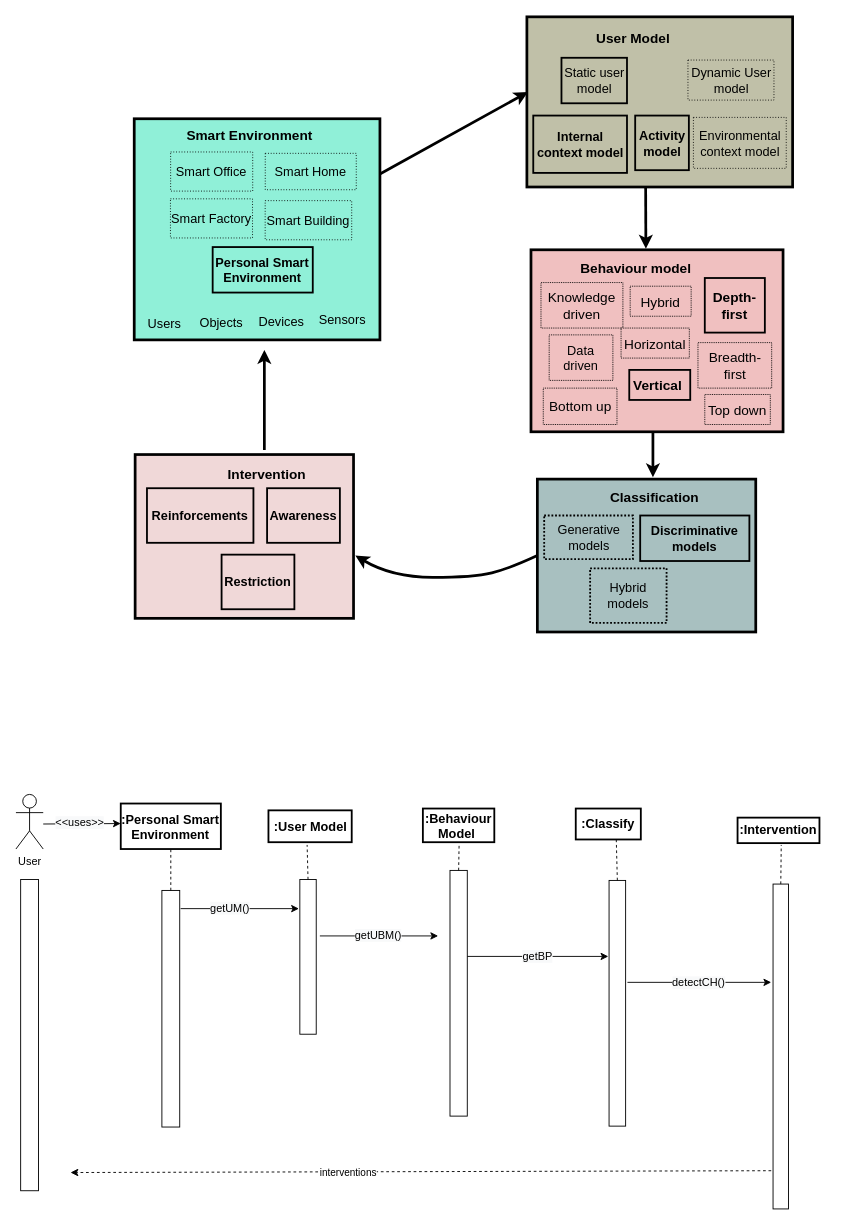
This is interaction.drawio from oluwande/zmPDSwR, a draw.io file, before an edit. Source tidied: cells renumbered, new cells numbered last; positions are measured from the earlier drawing's top-left corner, leaving out a move shared by most shapes. Both pictures are drawn from the tidied source at 91%, with x=0, y=0 at pixel (15, 16).
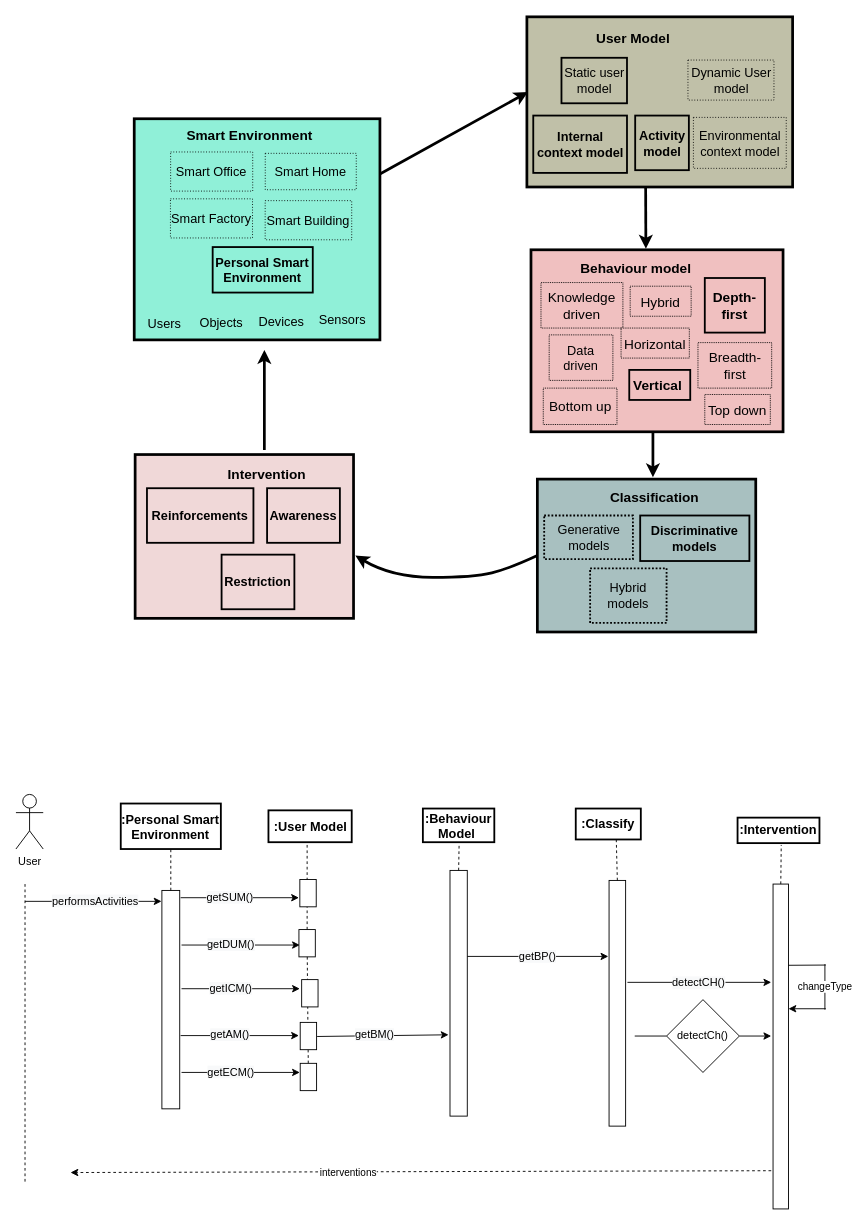
Above is the later version.

Unchanged cells that the change refers to:
```xml
<mxCell id="57" style="rounded=0;whiteSpace=wrap;html=1;" parent="1" vertex="1">
  <mxGeometry x="477" y="938" width="19" height="270" as="geometry" />
</mxCell>
<mxCell id="63" style="endArrow=classic;html=1;rounded=0;" parent="1" edge="1">
  <mxGeometry relative="1" as="geometry">
    <mxPoint x="496" y="1032.5" as="sourcePoint" />
    <mxPoint x="651" y="1032.5" as="targetPoint" />
  </mxGeometry>
</mxCell>
<mxCell id="67" style="rounded=0;whiteSpace=wrap;html=1;" parent="1" vertex="1">
  <mxGeometry x="832" y="953" width="17" height="357" as="geometry" />
</mxCell>
```

Change to the diagram source:
```diff
@@
     <mxCell id="53" style="rounded=0;whiteSpace=wrap;html=1;" parent="1" vertex="1">
-      <mxGeometry x="160.4" y="960" width="19.6" height="260" as="geometry" />
+      <mxGeometry x="160.4" y="960" width="19.6" height="240" as="geometry" />
     </mxCell>
@@
+    <mxCell id="56" style="endArrow=none;html=1;rounded=0;dashed=1;startArrow=none;" parent="1" edge="1" source="89">
+      <mxGeometry relative="1" as="geometry">
+        <mxPoint x="320" y="910" as="targetPoint" />
+      </mxGeometry>
+    </mxCell>
     <mxCell id="55" style="rounded=0;whiteSpace=wrap;html=1;" parent="1" vertex="1">
-      <mxGeometry x="312" y="948" width="18" height="170" as="geometry" />
+      <mxGeometry x="312" y="948" width="18" height="30" as="geometry" />
     </mxCell>
-    <mxCell id="56" style="endArrow=none;html=1;rounded=0;exitX=0.5;exitY=0;exitDx=0;exitDy=0;dashed=1;" parent="1" edge="1" source="55">
-      <mxGeometry relative="1" as="geometry">
-        <mxPoint x="320" y="910" as="targetPoint" />
-      </mxGeometry>
-    </mxCell>
@@
     <mxCell id="59" style="endArrow=classic;html=1;rounded=0;" parent="1" edge="1">
       <mxGeometry relative="1" as="geometry">
-        <mxPoint x="181" y="980" as="sourcePoint" />
-        <mxPoint x="311" y="980" as="targetPoint" />
+        <mxPoint x="181" y="968" as="sourcePoint" />
+        <mxPoint x="311" y="968" as="targetPoint" />
       </mxGeometry>
     </mxCell>
-    <mxCell id="60" value="&lt;span style=&quot;font-size: 12px; background-color: rgb(248, 249, 250);&quot;&gt;getUM()&lt;/span&gt;" style="edgeLabel;html=1;align=center;verticalAlign=middle;" parent="59" vertex="1">
+    <mxCell id="60" value="&lt;span style=&quot;font-size: 12px; background-color: rgb(248, 249, 250);&quot;&gt;getSUM()&lt;/span&gt;" style="edgeLabel;html=1;align=center;verticalAlign=middle;" parent="59" vertex="1">
       <mxGeometry x="0.13" y="-1" relative="1" as="geometry">
         <mxPoint x="-20" y="-2" as="offset" />
       </mxGeometry>
     </mxCell>
@@
-    <mxCell id="64" value="&lt;span style=&quot;font-size: 12px; background-color: rgb(248, 249, 250);&quot;&gt;getBP&lt;/span&gt;" style="edgeLabel;html=1;align=center;verticalAlign=middle;" parent="63" vertex="1">
+    <mxCell id="64" value="&lt;span style=&quot;font-size: 12px; background-color: rgb(248, 249, 250);&quot;&gt;getBP()&lt;/span&gt;" style="edgeLabel;html=1;align=center;verticalAlign=middle;" parent="63" vertex="1">
       <mxGeometry x="0.13" y="-1" relative="1" as="geometry">
         <mxPoint x="-12" y="-1" as="offset" />
       </mxGeometry>
     </mxCell>
@@
-    <mxCell id="71" style="endArrow=classic;html=1;rounded=0;" parent="1" edge="1">
-      <mxGeometry relative="1" as="geometry">
-        <mxPoint x="334" y="1010" as="sourcePoint" />
-        <mxPoint x="464" y="1010" as="targetPoint" />
-      </mxGeometry>
-    </mxCell>
-    <mxCell id="72" value="&lt;span style=&quot;font-size: 12px; background-color: rgb(248, 249, 250);&quot;&gt;getUBM()&lt;/span&gt;" style="edgeLabel;html=1;align=center;verticalAlign=middle;" parent="71" vertex="1">
-      <mxGeometry x="0.13" y="-1" relative="1" as="geometry">
-        <mxPoint x="-10" y="-2" as="offset" />
-      </mxGeometry>
-    </mxCell>
     <mxCell id="73" style="endArrow=classic;html=1;rounded=0;" parent="1" edge="1">
       <mxGeometry relative="1" as="geometry">
-        <mxPoint x="30" y="887" as="sourcePoint" />
-        <mxPoint x="115.2" y="886.5" as="targetPoint" />
+        <mxPoint x="10" y="972" as="sourcePoint" />
+        <mxPoint x="160" y="972" as="targetPoint" />
       </mxGeometry>
     </mxCell>
-    <mxCell id="74" value="&lt;span style=&quot;font-size: 12px; background-color: rgb(248, 249, 250);&quot;&gt;&amp;lt;&amp;lt;uses&amp;gt;&amp;gt;&lt;/span&gt;" style="edgeLabel;html=1;align=center;verticalAlign=middle;" parent="73" vertex="1">
+    <mxCell id="74" value="&lt;span style=&quot;font-size: 12px; background-color: rgb(248, 249, 250);&quot;&gt;performsActivities&lt;/span&gt;" style="edgeLabel;html=1;align=center;verticalAlign=middle;" parent="73" vertex="1">
       <mxGeometry x="0.13" y="-1" relative="1" as="geometry">
         <mxPoint x="-9" y="-2" as="offset" />
       </mxGeometry>
     </mxCell>
-    <mxCell id="75" style="rounded=0;whiteSpace=wrap;html=1;" parent="1" vertex="1">
-      <mxGeometry x="5.2" y="948" width="19.6" height="342" as="geometry" />
-    </mxCell>
+    <mxCell id="76" value="detectCh()" style="rhombus;whiteSpace=wrap;html=1;" parent="1" vertex="1">
+      <mxGeometry x="715" y="1080" width="80" height="80" as="geometry" />
+    </mxCell>
+    <mxCell id="77" style="endArrow=none;html=1;rounded=0;" parent="1" edge="1">
+      <mxGeometry relative="1" as="geometry">
+        <mxPoint x="680" y="1120" as="sourcePoint" />
+        <mxPoint x="715" y="1120" as="targetPoint" />
+      </mxGeometry>
+    </mxCell>
+    <mxCell id="78" style="endArrow=classic;html=1;rounded=0;exitX=1;exitY=0.5;exitDx=0;exitDy=0;" parent="1" edge="1" source="76">
+      <mxGeometry relative="1" as="geometry">
+        <mxPoint x="830" y="1120" as="targetPoint" />
+      </mxGeometry>
+    </mxCell>
+    <mxCell id="79" style="endArrow=none;html=1;rounded=0;exitX=1;exitY=0.25;exitDx=0;exitDy=0;" parent="1" edge="1" source="67">
+      <mxGeometry relative="1" as="geometry">
+        <mxPoint x="890" y="1042" as="targetPoint" />
+      </mxGeometry>
+    </mxCell>
+    <mxCell id="80" value="changeType" style="endArrow=none;html=1;rounded=0;" parent="1" edge="1">
+      <mxGeometry relative="1" as="geometry">
+        <mxPoint x="889" y="1041" as="sourcePoint" />
+        <mxPoint x="889" y="1091" as="targetPoint" />
+      </mxGeometry>
+    </mxCell>
+    <mxCell id="81" style="endArrow=classic;html=1;rounded=0;" parent="1" edge="1">
+      <mxGeometry relative="1" as="geometry">
+        <mxPoint x="890" y="1090" as="sourcePoint" />
+        <mxPoint x="849" y="1090" as="targetPoint" />
+      </mxGeometry>
+    </mxCell>
+    <mxCell id="82" style="endArrow=none;html=1;rounded=0;dashed=1;" parent="1" edge="1">
+      <mxGeometry relative="1" as="geometry">
+        <mxPoint x="10" y="1280" as="sourcePoint" />
+        <mxPoint x="10" y="950" as="targetPoint" />
+      </mxGeometry>
+    </mxCell>
+    <mxCell id="83" style="endArrow=classic;html=1;rounded=0;" parent="1" edge="1">
+      <mxGeometry relative="1" as="geometry">
+        <mxPoint x="182" y="1020" as="sourcePoint" />
+        <mxPoint x="312" y="1020" as="targetPoint" />
+      </mxGeometry>
+    </mxCell>
+    <mxCell id="84" value="&lt;span style=&quot;font-size: 12px; background-color: rgb(248, 249, 250);&quot;&gt;getDUM()&lt;/span&gt;" style="edgeLabel;html=1;align=center;verticalAlign=middle;" parent="83" vertex="1">
+      <mxGeometry x="0.13" y="-1" relative="1" as="geometry">
+        <mxPoint x="-20" y="-2" as="offset" />
+      </mxGeometry>
+    </mxCell>
+    <mxCell id="85" style="endArrow=classic;html=1;rounded=0;" parent="1" edge="1">
+      <mxGeometry relative="1" as="geometry">
+        <mxPoint x="181" y="1119.5" as="sourcePoint" />
+        <mxPoint x="311" y="1119.5" as="targetPoint" />
+      </mxGeometry>
+    </mxCell>
+    <mxCell id="86" value="&lt;span style=&quot;font-size: 12px; background-color: rgb(248, 249, 250);&quot;&gt;getAM()&lt;/span&gt;" style="edgeLabel;html=1;align=center;verticalAlign=middle;" parent="85" vertex="1">
+      <mxGeometry x="0.13" y="-1" relative="1" as="geometry">
+        <mxPoint x="-20" y="-2" as="offset" />
+      </mxGeometry>
+    </mxCell>
+    <mxCell id="87" style="endArrow=classic;html=1;rounded=0;" parent="1" edge="1">
+      <mxGeometry relative="1" as="geometry">
+        <mxPoint x="182" y="1068" as="sourcePoint" />
+        <mxPoint x="312" y="1068" as="targetPoint" />
+      </mxGeometry>
+    </mxCell>
+    <mxCell id="88" value="&lt;span style=&quot;font-size: 12px; background-color: rgb(248, 249, 250);&quot;&gt;getICM()&lt;/span&gt;" style="edgeLabel;html=1;align=center;verticalAlign=middle;" parent="87" vertex="1">
+      <mxGeometry x="0.13" y="-1" relative="1" as="geometry">
+        <mxPoint x="-20" y="-2" as="offset" />
+      </mxGeometry>
+    </mxCell>
+    <mxCell id="89" style="rounded=0;whiteSpace=wrap;html=1;" parent="1" vertex="1">
+      <mxGeometry x="311" y="1003" width="18" height="30" as="geometry" />
+    </mxCell>
+    <mxCell id="90" style="endArrow=none;html=1;rounded=0;dashed=1;startArrow=none;" parent="1" edge="1" source="95" target="89">
+      <mxGeometry relative="1" as="geometry" />
+    </mxCell>
+    <mxCell id="91" style="rounded=0;whiteSpace=wrap;html=1;" parent="1" vertex="1">
+      <mxGeometry x="314" y="1058" width="18" height="30" as="geometry" />
+    </mxCell>
+    <mxCell id="92" style="endArrow=classic;html=1;rounded=0;" parent="1" edge="1">
+      <mxGeometry relative="1" as="geometry">
+        <mxPoint x="182" y="1160" as="sourcePoint" />
+        <mxPoint x="312" y="1160" as="targetPoint" />
+      </mxGeometry>
+    </mxCell>
+    <mxCell id="93" value="&lt;span style=&quot;font-size: 12px; background-color: rgb(248, 249, 250);&quot;&gt;getECM()&lt;/span&gt;" style="edgeLabel;html=1;align=center;verticalAlign=middle;" parent="92" vertex="1">
+      <mxGeometry x="0.13" y="-1" relative="1" as="geometry">
+        <mxPoint x="-20" y="-2" as="offset" />
+      </mxGeometry>
+    </mxCell>
+    <mxCell id="94" style="rounded=0;whiteSpace=wrap;html=1;" parent="1" vertex="1">
+      <mxGeometry x="312.4" y="1105" width="18" height="30" as="geometry" />
+    </mxCell>
+    <mxCell id="95" style="rounded=0;whiteSpace=wrap;html=1;" parent="1" vertex="1">
+      <mxGeometry x="312.4" y="1150" width="18" height="30" as="geometry" />
+    </mxCell>
+    <mxCell id="96" style="endArrow=none;html=1;rounded=0;dashed=1;" parent="1" edge="1" target="95">
+      <mxGeometry relative="1" as="geometry">
+        <mxPoint x="320" y="1180" as="sourcePoint" />
+      </mxGeometry>
+    </mxCell>
+    <mxCell id="97" style="endArrow=classic;html=1;rounded=0;entryX=-0.084;entryY=0.669;entryDx=0;entryDy=0;entryPerimeter=0;" parent="1" edge="1" target="57">
+      <mxGeometry relative="1" as="geometry">
+        <mxPoint x="331" y="1120.5" as="sourcePoint" />
+      </mxGeometry>
+    </mxCell>
+    <mxCell id="98" value="&lt;span style=&quot;font-size: 12px; background-color: rgb(248, 249, 250);&quot;&gt;getBM()&lt;/span&gt;" style="edgeLabel;html=1;align=center;verticalAlign=middle;" parent="97" vertex="1">
+      <mxGeometry x="0.13" y="-1" relative="1" as="geometry">
+        <mxPoint x="-20" y="-2" as="offset" />
+      </mxGeometry>
+    </mxCell>
```
